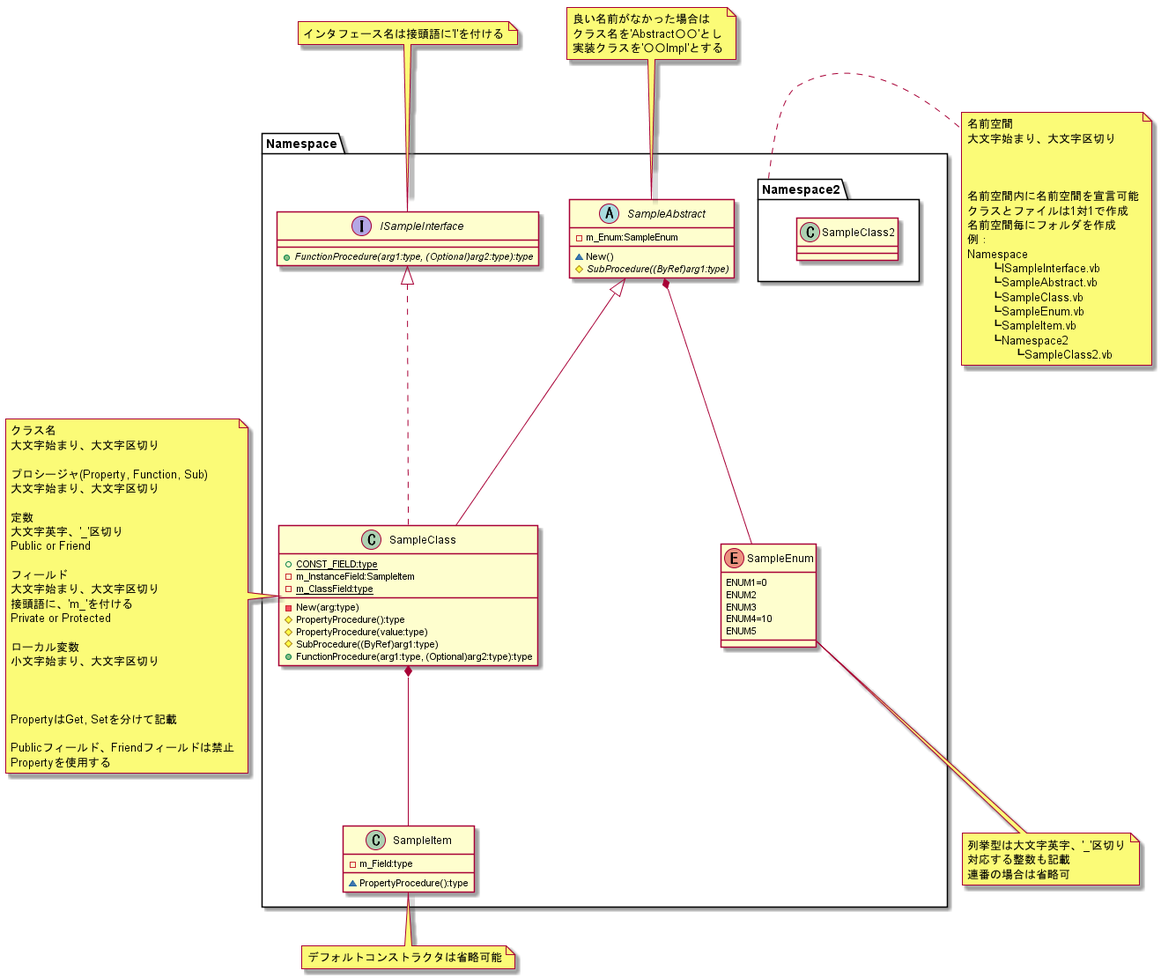
The PlantUML diagram doc/02_基本設計/VBクラス図.png in hirorich/CommonTool, before a commit. The source it was exported from:
```plantuml
@startuml ..\VBクラス図.png

package Namespace {
  abstract SampleAbstract {
    -m_Enum:SampleEnum
    ~New()
    #{abstract} SubProcedure((ByRef)arg1:type)
  }

  interface ISampleInterface {
    +{abstract} FunctionProcedure(arg1:type, (Optional)arg2:type):type
  }

  class SampleClass {
    +{static} CONST_FIELD:type
    -m_InstanceField:SampleItem
    -{static} m_ClassField:type

    -New(arg:type)
    #PropertyProcedure():type
    #PropertyProcedure(value:type)
    #SubProcedure((ByRef)arg1:type)
    +FunctionProcedure(arg1:type, (Optional)arg2:type):type
  }
  SampleAbstract <|-- SampleClass
  ISampleInterface <|.. SampleClass

  class SampleItem {
    -m_Field:type
    ~PropertyProcedure():type
  }
  SampleClass *-- SampleItem

  enum SampleEnum {
    ENUM1=0
    ENUM2
    ENUM3
    ENUM4=10
    ENUM5
  }
  SampleAbstract *-- SampleEnum

  package Namespace2 {
    class SampleClass2
  }
}

note "クラス名\n大文字始まり、大文字区切り\n\nプロシージャ(Property, Function, Sub)\n大文字始まり、大文字区切り\n\n定数\n大文字英字、'_'区切り\nPublic or Friend\n\nフィールド\n大文字始まり、大文字区切り\n接頭語に、'm_'を付ける\nPrivate or Protected\n\nローカル変数\n小文字始まり、大文字区切り\n\n\n\nPropertyはGet, Setを分けて記載\n\nPublicフィールド、Friendフィールドは禁止\nPropertyを使用する" as N_Class
N_Class . SampleClass

note "インタフェース名は接頭語に'I'を付ける" as N_Interface
N_Interface .. ISampleInterface

note "良い名前がなかった場合は\nクラス名を'Abstract〇〇'とし\n実装クラスを'〇〇Impl'とする" as N_Abstract
N_Abstract ..SampleAbstract

note "列挙型は大文字英字、'_'区切り\n対応する整数も記載\n連番の場合は省略可" as N_Enum
SampleEnum .. N_Enum

note "デフォルトコンストラクタは省略可能" as N_Class2
SampleItem .. N_Class2

note "名前空間\n大文字始まり、大文字区切り\n\n\n\n名前空間内に名前空間を宣言可能\nクラスとファイルは1対1で作成\n名前空間毎にフォルダを作成\n例：\nNamespace\n　　┗ISampleInterface.vb\n　　┗SampleAbstract.vb\n　　┗SampleClass.vb\n　　┗SampleEnum.vb\n　　┗SampleItem.vb\n　　┗Namespace2\n　　　　┗SampleClass2.vb" as N_NameSpace
Namespace2 . N_NameSpace

@enduml
```
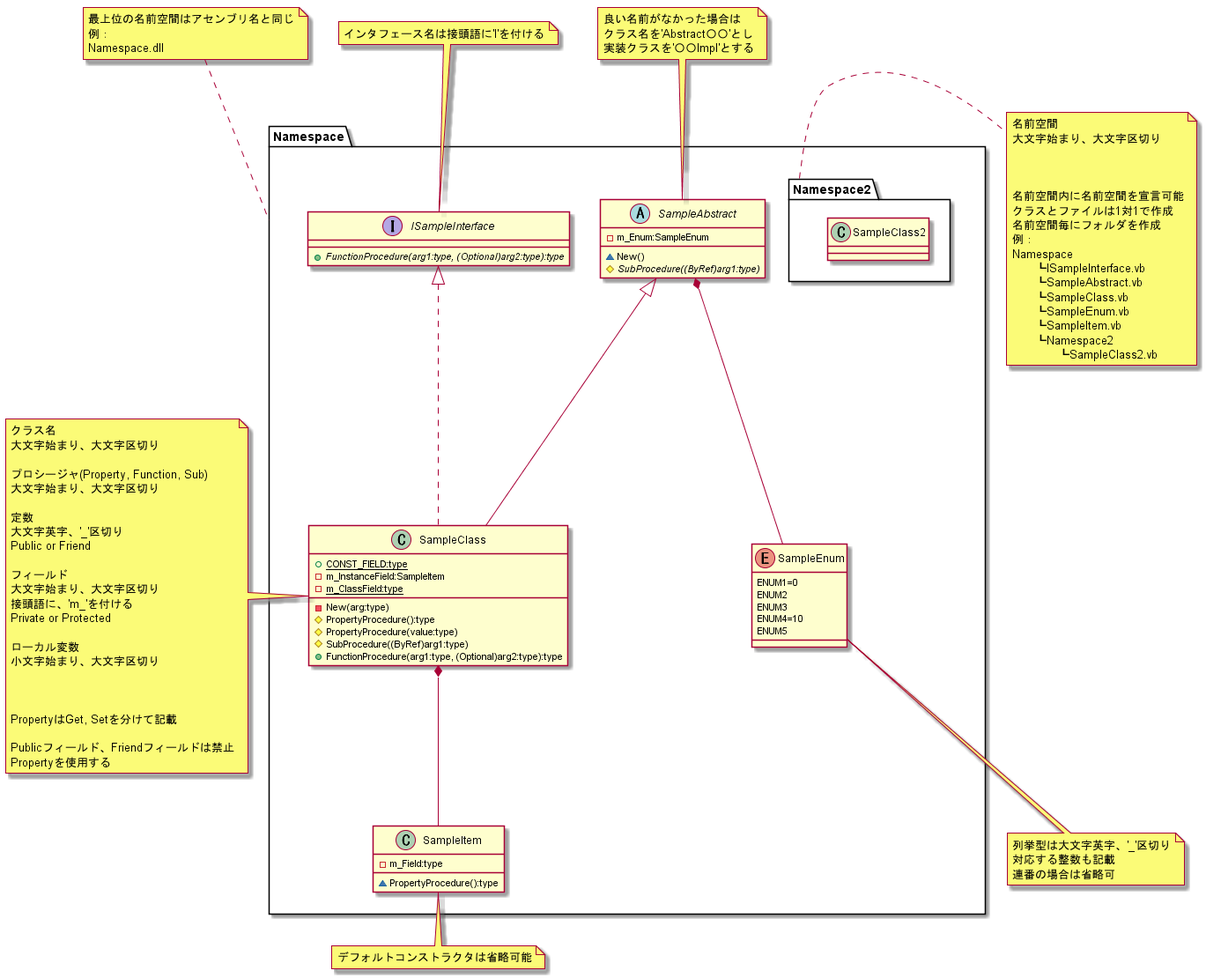
Above is the later version.

Change to the diagram source:
```diff
@@ -45,6 +45,9 @@
   }
 }
 
+note "最上位の名前空間はアセンブリ名と同じ\n例：\nNamespace.dll" as N_NameSpace
+N_NameSpace .. Namespace
+
 note "クラス名\n大文字始まり、大文字区切り\n\nプロシージャ(Property, Function, Sub)\n大文字始まり、大文字区切り\n\n定数\n大文字英字、'_'区切り\nPublic or Friend\n\nフィールド\n大文字始まり、大文字区切り\n接頭語に、'm_'を付ける\nPrivate or Protected\n\nローカル変数\n小文字始まり、大文字区切り\n\n\n\nPropertyはGet, Setを分けて記載\n\nPublicフィールド、Friendフィールドは禁止\nPropertyを使用する" as N_Class
 N_Class . SampleClass
 
@@ -60,7 +63,8 @@
 note "デフォルトコンストラクタは省略可能" as N_Class2
 SampleItem .. N_Class2
 
-note "名前空間\n大文字始まり、大文字区切り\n\n\n\n名前空間内に名前空間を宣言可能\nクラスとファイルは1対1で作成\n名前空間毎にフォルダを作成\n例：\nNamespace\n　　┗ISampleInterface.vb\n　　┗SampleAbstract.vb\n　　┗SampleClass.vb\n　　┗SampleEnum.vb\n　　┗SampleItem.vb\n　　┗Namespace2\n　　　　┗SampleClass2.vb" as N_NameSpace
-Namespace2 . N_NameSpace
+note "名前空間\n大文字始まり、大文字区切り\n\n\n\n名前空間内に名前空間を宣言可能\nクラスとファイルは1対1で作成\n名前空間毎にフォルダを作成\n例：\nNamespace\n　　┗ISampleInterface.vb\n　　┗SampleAbstract.vb\n　　┗SampleClass.vb\n　　┗SampleEnum.vb\n　　┗SampleItem.vb\n　　┗Namespace2\n　　　　┗SampleClass2.vb" as N_NameSpace2
+Namespace2 . N_NameSpace2
+
 
 @enduml
```
